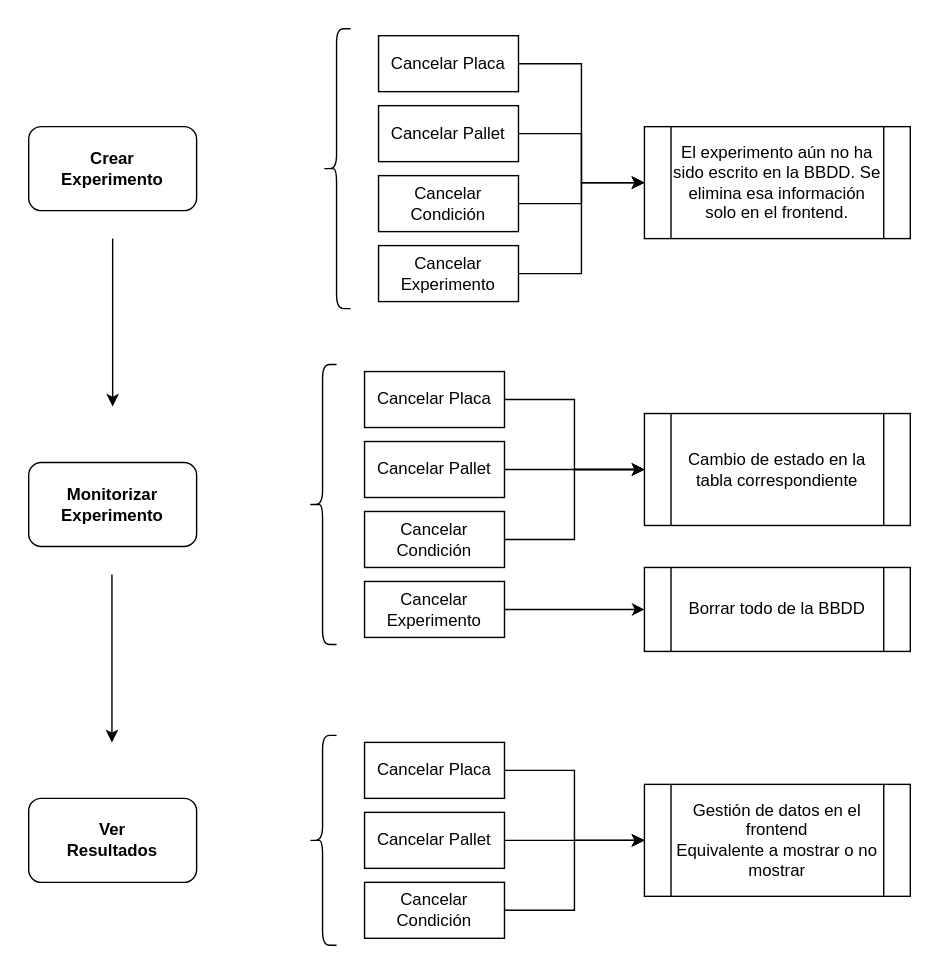
The draw.io diagram docs/AccionesUsuario.drawio.svg in sanahuel/ai2app, before a commit. Source tidied: cells renumbered, new cells last; positions are measured from the earlier drawing's top-left corner, leaving out a move shared by most shapes.
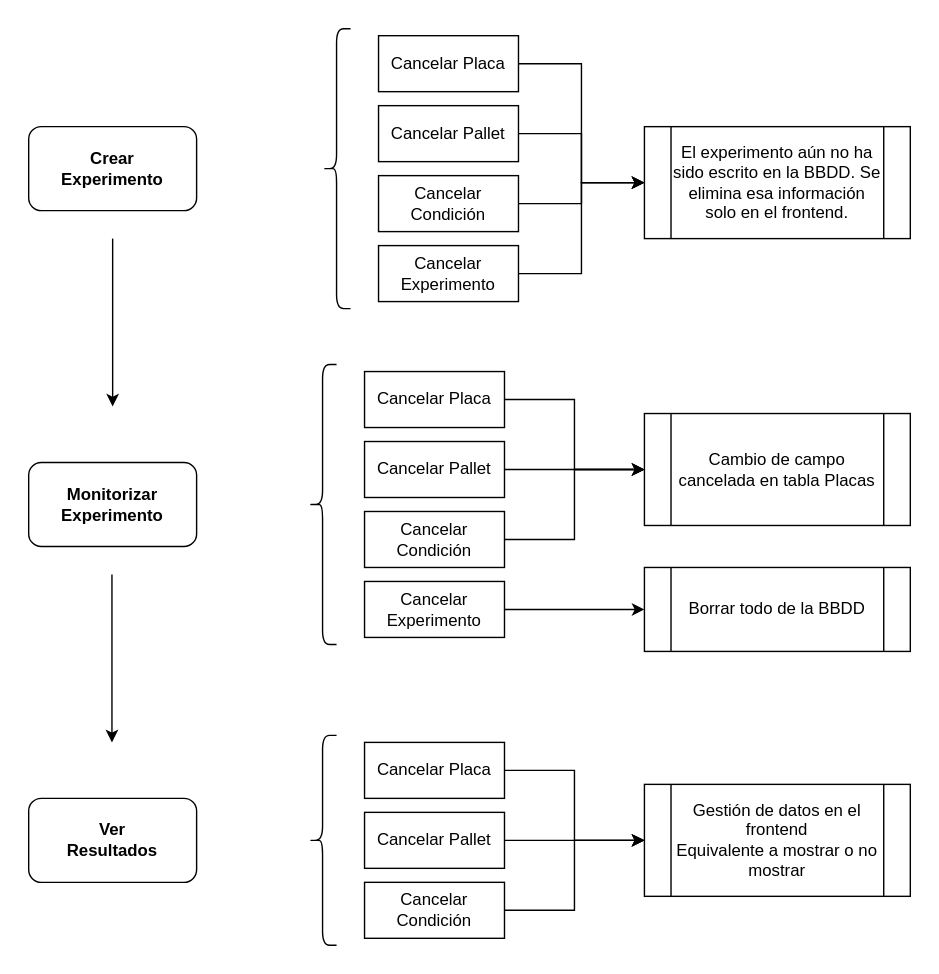
The same diagram one commit later.

What changed in the source:
```diff
@@ -95,7 +95,7 @@
     <mxCell id="30" value="Cancelar Condición" style="rounded=0;whiteSpace=wrap;html=1;" parent="1" vertex="1">
       <mxGeometry x="240" y="345" width="100" height="40" as="geometry" />
     </mxCell>
-    <mxCell id="31" value="Cambio de estado en la tabla correspondiente" style="shape=process;whiteSpace=wrap;html=1;backgroundOutline=1;" parent="1" vertex="1">
+    <mxCell id="31" value="Cambio de campo cancelada en tabla Placas" style="shape=process;whiteSpace=wrap;html=1;backgroundOutline=1;" parent="1" vertex="1">
       <mxGeometry x="440" y="275" width="190" height="80" as="geometry" />
     </mxCell>
     <mxCell id="32" style="edgeStyle=orthogonalEdgeStyle;rounded=0;jettySize=auto;html=1;" parent="1" edge="1" source="33" target="35">
```
